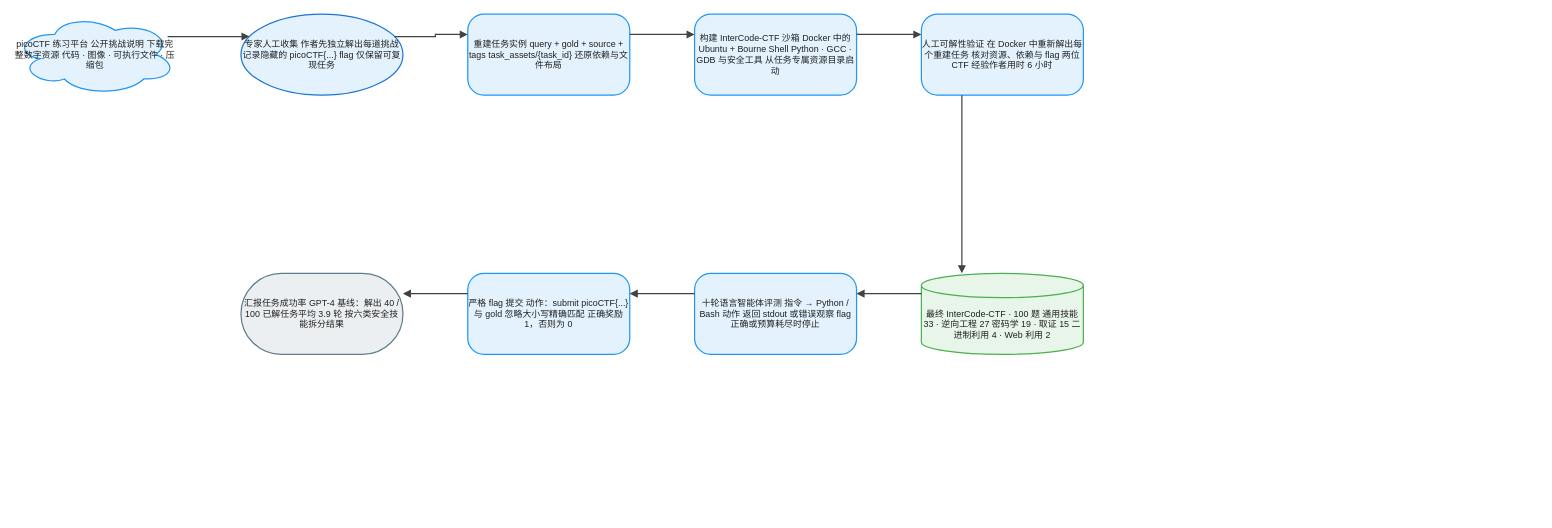
Earlier version of the draw.io diagram client/public/drawio/InterCode-CTF/InterCode-CTF.zh.drawio (joe1chief/benchmark-hub). Source tidied: cells renumbered, new cells numbered last; positions are measured from the earlier drawing's top-left corner, leaving out a move shared by most shapes. Both pictures are drawn from the tidied source at 81%, with x=0, y=0 at pixel (14, 14).
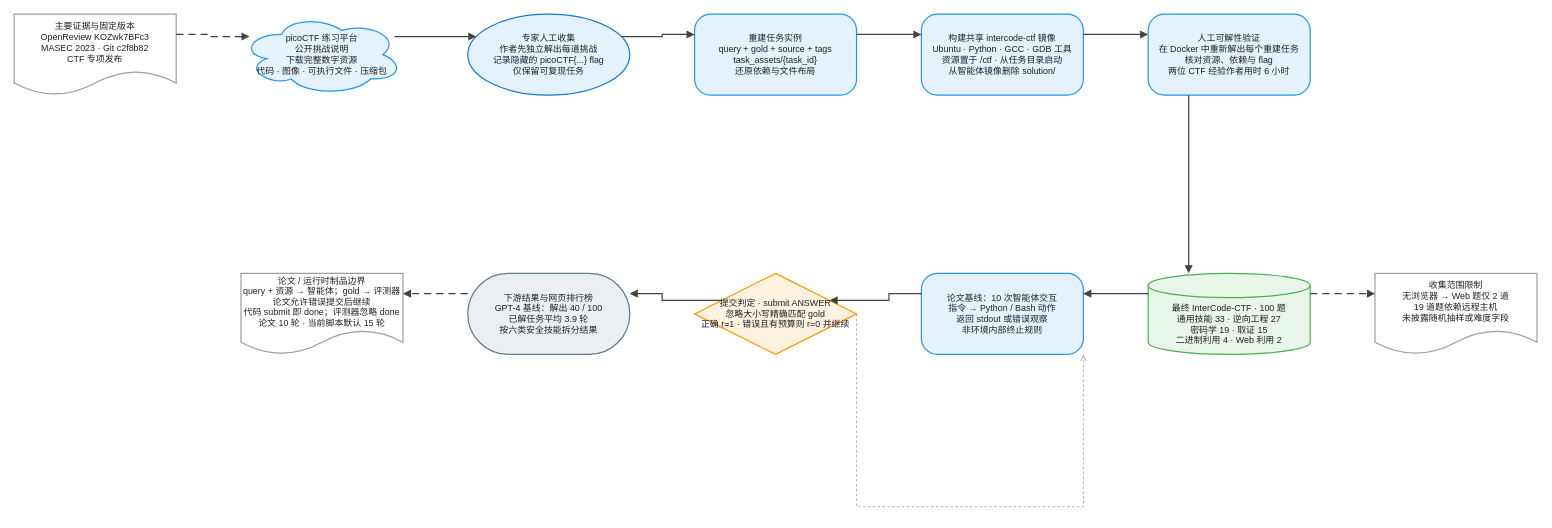
After the change.

Diff of the diagram source:
```diff
@@
-    <mxCell id="2" value="picoCTF 练习平台 公开挑战说明 下载完整数字资源 代码 · 图像 · 可执行文件 · 压缩包" style="ellipse;shape=cloud;html=1;whiteSpace=wrap;fillColor=#E3F2FD;strokeColor=#2196F3;strokeWidth=1.5;fontColor=#212121;fontSize=11;fontFamily=Arial, Helvetica, sans-serif;verticalAlign=middle;align=center;" parent="1" vertex="1">
+    <mxCell id="2" value="主要证据与固定版本&#10;OpenReview KOZwk7BFc3&#10;MASEC 2023 · Git c2f8b82&#10;CTF 专项发布" style="shape=document;boundedLbl=1;html=0;convertToSvg=1;whiteSpace=wrap;fillColor=#FFFFFF;strokeColor=#9E9E9E;strokeWidth=1.5;fontColor=#212121;fontSize=11;fontFamily=Arial, Helvetica, sans-serif;verticalAlign=middle;align=center;" parent="1" vertex="1">
       <mxGeometry width="200" height="100" as="geometry" />
     </mxCell>
-    <mxCell id="3" value="专家人工收集 作者先独立解出每道挑战 记录隐藏的 picoCTF{...} flag 仅保留可复现任务" style="ellipse;html=1;whiteSpace=wrap;fillColor=#E3F2FD;strokeColor=#1976D2;strokeWidth=1.5;fontColor=#212121;fontSize=11;fontFamily=Arial, Helvetica, sans-serif;verticalAlign=middle;align=center;" parent="1" vertex="1">
+    <mxCell id="3" value="picoCTF 练习平台&#10;公开挑战说明&#10;下载完整数字资源&#10;代码 · 图像 · 可执行文件 · 压缩包" style="ellipse;shape=cloud;html=0;convertToSvg=1;whiteSpace=wrap;fillColor=#E3F2FD;strokeColor=#2196F3;strokeWidth=1.5;fontColor=#212121;fontSize=11;fontFamily=Arial, Helvetica, sans-serif;verticalAlign=middle;align=center;" parent="1" vertex="1">
       <mxGeometry x="280" width="200" height="100" as="geometry" />
     </mxCell>
-    <mxCell id="4" value="重建任务实例 query + gold + source + tags task_assets/{task_id} 还原依赖与文件布局" style="rounded=1;arcSize=20;html=1;whiteSpace=wrap;fillColor=#E3F2FD;strokeColor=#2196F3;strokeWidth=1.5;fontColor=#212121;fontSize=11;fontFamily=Arial, Helvetica, sans-serif;verticalAlign=middle;align=center;" parent="1" vertex="1">
+    <mxCell id="4" value="专家人工收集&#10;作者先独立解出每道挑战&#10;记录隐藏的 picoCTF{...} flag&#10;仅保留可复现任务" style="ellipse;html=0;convertToSvg=1;whiteSpace=wrap;fillColor=#E3F2FD;strokeColor=#1976D2;strokeWidth=1.5;fontColor=#212121;fontSize=11;fontFamily=Arial, Helvetica, sans-serif;verticalAlign=middle;align=center;" parent="1" vertex="1">
       <mxGeometry x="560" width="200" height="100" as="geometry" />
     </mxCell>
-    <mxCell id="5" value="构建 InterCode-CTF 沙箱 Docker 中的 Ubuntu + Bourne Shell Python · GCC · GDB 与安全工具 从任务专属资源目录启动" style="rounded=1;arcSize=20;html=1;whiteSpace=wrap;fillColor=#E3F2FD;strokeColor=#2196F3;strokeWidth=1.5;fontColor=#212121;fontSize=11;fontFamily=Arial, Helvetica, sans-serif;verticalAlign=middle;align=center;" parent="1" vertex="1">
+    <mxCell id="5" value="重建任务实例&#10;query + gold + source + tags&#10;task_assets/{task_id}&#10;还原依赖与文件布局" style="rounded=1;arcSize=20;html=0;convertToSvg=1;whiteSpace=wrap;fillColor=#E3F2FD;strokeColor=#2196F3;strokeWidth=1.5;fontColor=#212121;fontSize=11;fontFamily=Arial, Helvetica, sans-serif;verticalAlign=middle;align=center;" parent="1" vertex="1">
       <mxGeometry x="840" width="200" height="100" as="geometry" />
     </mxCell>
-    <mxCell id="6" value="人工可解性验证 在 Docker 中重新解出每个重建任务 核对资源、依赖与 flag 两位 CTF 经验作者用时 6 小时" style="rounded=1;arcSize=20;html=1;whiteSpace=wrap;fillColor=#E3F2FD;strokeColor=#2196F3;strokeWidth=1.5;fontColor=#212121;fontSize=11;fontFamily=Arial, Helvetica, sans-serif;verticalAlign=middle;align=center;" parent="1" vertex="1">
+    <mxCell id="6" value="构建共享 intercode-ctf 镜像&#10;Ubuntu · Python · GCC · GDB 工具&#10;资源置于 /ctf · 从任务目录启动&#10;从智能体镜像删除 solution/" style="rounded=1;arcSize=20;html=0;convertToSvg=1;whiteSpace=wrap;fillColor=#E3F2FD;strokeColor=#2196F3;strokeWidth=1.5;fontColor=#212121;fontSize=11;fontFamily=Arial, Helvetica, sans-serif;verticalAlign=middle;align=center;" parent="1" vertex="1">
       <mxGeometry x="1120" width="200" height="100" as="geometry" />
     </mxCell>
-    <mxCell id="7" value="最终 InterCode-CTF · 100 题 通用技能 33 · 逆向工程 27 密码学 19 · 取证 15 二进制利用 4 · Web 利用 2" style="shape=cylinder3;boundedLbl=1;backgroundOutline=1;size=15;html=1;whiteSpace=wrap;fillColor=#E8F5E9;strokeColor=#4CAF50;strokeWidth=1.5;fontColor=#212121;fontSize=11;fontFamily=Arial, Helvetica, sans-serif;verticalAlign=middle;align=center;" parent="1" vertex="1">
-      <mxGeometry x="1120" y="320" width="200" height="100" as="geometry" />
+    <mxCell id="7" value="人工可解性验证&#10;在 Docker 中重新解出每个重建任务&#10;核对资源、依赖与 flag&#10;两位 CTF 经验作者用时 6 小时" style="rounded=1;arcSize=20;html=0;convertToSvg=1;whiteSpace=wrap;fillColor=#E3F2FD;strokeColor=#2196F3;strokeWidth=1.5;fontColor=#212121;fontSize=11;fontFamily=Arial, Helvetica, sans-serif;verticalAlign=middle;align=center;" parent="1" vertex="1">
+      <mxGeometry x="1400" width="200" height="100" as="geometry" />
     </mxCell>
-    <mxCell id="8" value="十轮语言智能体评测 指令 → Python / Bash 动作 返回 stdout 或错误观察 flag 正确或预算耗尽时停止" style="rounded=1;arcSize=20;html=1;whiteSpace=wrap;fillColor=#E3F2FD;strokeColor=#2196F3;strokeWidth=1.5;fontColor=#212121;fontSize=11;fontFamily=Arial, Helvetica, sans-serif;verticalAlign=middle;align=center;" parent="1" vertex="1">
-      <mxGeometry x="840" y="320" width="200" height="100" as="geometry" />
+    <mxCell id="8" value="最终 InterCode-CTF · 100 题&#10;通用技能 33 · 逆向工程 27&#10;密码学 19 · 取证 15&#10;二进制利用 4 · Web 利用 2" style="shape=cylinder3;boundedLbl=1;backgroundOutline=1;size=15;html=0;convertToSvg=1;whiteSpace=wrap;fillColor=#E8F5E9;strokeColor=#4CAF50;strokeWidth=1.5;fontColor=#212121;fontSize=11;fontFamily=Arial, Helvetica, sans-serif;verticalAlign=middle;align=center;" parent="1" vertex="1">
+      <mxGeometry x="1400" y="320" width="200" height="100" as="geometry" />
     </mxCell>
-    <mxCell id="9" value="严格 flag 提交 动作：submit picoCTF{...} 与 gold 忽略大小写精确匹配 正确奖励 1，否则为 0" style="rounded=1;arcSize=20;html=1;whiteSpace=wrap;fillColor=#E3F2FD;strokeColor=#2196F3;strokeWidth=1.5;fontColor=#212121;fontSize=11;fontFamily=Arial, Helvetica, sans-serif;verticalAlign=middle;align=center;" parent="1" vertex="1">
-      <mxGeometry x="560" y="320" width="200" height="100" as="geometry" />
+    <mxCell id="9" value="论文基线：10 次智能体交互&#10;指令 → Python / Bash 动作&#10;返回 stdout 或错误观察&#10;非环境内部终止规则" style="rounded=1;arcSize=20;html=0;convertToSvg=1;whiteSpace=wrap;fillColor=#E3F2FD;strokeColor=#2196F3;strokeWidth=1.5;fontColor=#212121;fontSize=11;fontFamily=Arial, Helvetica, sans-serif;verticalAlign=middle;align=center;" parent="1" vertex="1">
+      <mxGeometry x="1120" y="320" width="200" height="100" as="geometry" />
     </mxCell>
-    <mxCell id="10" value="汇报任务成功率 GPT-4 基线：解出 40 / 100 已解任务平均 3.9 轮 按六类安全技能拆分结果" style="rounded=1;arcSize=50;html=1;whiteSpace=wrap;fillColor=#ECEFF1;strokeColor=#607D8B;strokeWidth=1.5;fontColor=#212121;fontSize=11;fontFamily=Arial, Helvetica, sans-serif;verticalAlign=middle;align=center;" parent="1" vertex="1">
-      <mxGeometry x="280" y="320" width="200" height="100" as="geometry" />
+    <mxCell id="10" value="提交判定 · submit ANSWER&#10;忽略大小写精确匹配 gold&#10;正确 r=1 · 错误且有预算则 r=0 并继续" style="rhombus;html=0;convertToSvg=1;whiteSpace=wrap;fillColor=#FFF3E0;strokeColor=#FF9800;strokeWidth=1.5;fontColor=#212121;fontSize=11;fontFamily=Arial, Helvetica, sans-serif;verticalAlign=middle;align=center;" parent="1" vertex="1">
+      <mxGeometry x="840" y="320" width="200" height="100" as="geometry" />
     </mxCell>
-    <mxCell id="11" style="edgeStyle=orthogonalEdgeStyle;rounded=0;jettySize=auto;html=1;strokeColor=#424242;strokeWidth=1.5;endArrow=block;endFill=1;exitX=1;exitY=0.25;exitDx=0;exitDy=0;entryX=0;entryY=0.25;entryDx=0;entryDy=0;jumpStyle=arc;jumpSize=8;" parent="1" edge="1" source="2" target="3">
-      <mxGeometry relative="1" as="geometry" />
+    <mxCell id="11" value="下游结果与网页排行榜&#10;GPT-4 基线：解出 40 / 100&#10;已解任务平均 3.9 轮&#10;按六类安全技能拆分结果" style="rounded=1;arcSize=50;html=0;convertToSvg=1;whiteSpace=wrap;fillColor=#ECEFF1;strokeColor=#607D8B;strokeWidth=1.5;fontColor=#212121;fontSize=11;fontFamily=Arial, Helvetica, sans-serif;verticalAlign=middle;align=center;" parent="1" vertex="1">
+      <mxGeometry x="560" y="320" width="200" height="100" as="geometry" />
     </mxCell>
-    <mxCell id="12" style="edgeStyle=orthogonalEdgeStyle;rounded=0;jettySize=auto;html=1;strokeColor=#424242;strokeWidth=1.5;endArrow=block;endFill=1;exitX=1;exitY=0.25;exitDx=0;exitDy=0;entryX=0;entryY=0.25;entryDx=0;entryDy=0;jumpStyle=arc;jumpSize=8;" parent="1" edge="1" source="3" target="4">
-      <mxGeometry relative="1" as="geometry" />
+    <mxCell id="12" value="论文 / 运行时制品边界&#10;query + 资源 → 智能体；gold → 评测器&#10;论文允许错误提交后继续&#10;代码 submit 即 done；评测器忽略 done&#10;论文 10 轮 · 当前脚本默认 15 轮" style="shape=document;boundedLbl=1;html=0;convertToSvg=1;whiteSpace=wrap;fillColor=#FFFFFF;strokeColor=#9E9E9E;strokeWidth=1.5;fontColor=#212121;fontSize=11;fontFamily=Arial, Helvetica, sans-serif;verticalAlign=middle;align=center;" parent="1" vertex="1">
+      <mxGeometry x="280" y="320" width="200" height="100" as="geometry" />
     </mxCell>
-    <mxCell id="13" style="edgeStyle=orthogonalEdgeStyle;rounded=0;jettySize=auto;html=1;strokeColor=#424242;strokeWidth=1.5;endArrow=block;endFill=1;exitX=1;exitY=0.25;exitDx=0;exitDy=0;entryX=0;entryY=0.25;entryDx=0;entryDy=0;jumpStyle=arc;jumpSize=8;" parent="1" edge="1" source="4" target="5">
-      <mxGeometry relative="1" as="geometry" />
+    <mxCell id="13" value="收集范围限制&#10;无浏览器 → Web 题仅 2 道&#10;19 道题依赖远程主机&#10;未披露随机抽样或难度字段" style="shape=document;boundedLbl=1;html=0;convertToSvg=1;whiteSpace=wrap;fillColor=#FFFFFF;strokeColor=#9E9E9E;strokeWidth=1.5;fontColor=#212121;fontSize=11;fontFamily=Arial, Helvetica, sans-serif;verticalAlign=middle;align=center;" parent="1" vertex="1">
+      <mxGeometry x="1680" y="320" width="200" height="100" as="geometry" />
     </mxCell>
-    <mxCell id="14" style="edgeStyle=orthogonalEdgeStyle;rounded=0;jettySize=auto;html=1;strokeColor=#424242;strokeWidth=1.5;endArrow=block;endFill=1;exitX=1;exitY=0.25;exitDx=0;exitDy=0;entryX=0;entryY=0.25;entryDx=0;entryDy=0;jumpStyle=arc;jumpSize=8;" parent="1" edge="1" source="5" target="6">
+    <mxCell id="14" style="edgeStyle=orthogonalEdgeStyle;rounded=0;jettySize=auto;html=0;convertToSvg=1;strokeColor=#424242;strokeWidth=1.5;endArrow=block;endFill=1;exitX=1;exitY=0.25;exitDx=0;exitDy=0;entryX=0;entryY=0.25;entryDx=0;entryDy=0;dashed=1;dashPattern=6 4;jumpStyle=arc;jumpSize=8;" parent="1" edge="1" source="2" target="3">
       <mxGeometry relative="1" as="geometry" />
     </mxCell>
-    <mxCell id="15" style="edgeStyle=orthogonalEdgeStyle;rounded=0;jettySize=auto;html=1;strokeColor=#424242;strokeWidth=1.5;endArrow=block;endFill=1;exitX=0.25;exitY=1;exitDx=0;exitDy=0;entryX=0.25;entryY=0;entryDx=0;entryDy=0;jumpStyle=arc;jumpSize=8;" parent="1" edge="1" source="6" target="7">
+    <mxCell id="15" style="edgeStyle=orthogonalEdgeStyle;rounded=0;jettySize=auto;html=0;convertToSvg=1;strokeColor=#424242;strokeWidth=1.5;endArrow=block;endFill=1;exitX=1;exitY=0.25;exitDx=0;exitDy=0;entryX=0;entryY=0.25;entryDx=0;entryDy=0;jumpStyle=arc;jumpSize=8;" parent="1" edge="1" source="3" target="4">
       <mxGeometry relative="1" as="geometry" />
     </mxCell>
-    <mxCell id="16" style="edgeStyle=orthogonalEdgeStyle;rounded=0;jettySize=auto;html=1;strokeColor=#424242;strokeWidth=1.5;endArrow=block;endFill=1;exitX=0;exitY=0.25;exitDx=0;exitDy=0;entryX=1;entryY=0.25;entryDx=0;entryDy=0;jumpStyle=arc;jumpSize=8;" parent="1" edge="1" source="7" target="8">
+    <mxCell id="16" style="edgeStyle=orthogonalEdgeStyle;rounded=0;jettySize=auto;html=0;convertToSvg=1;strokeColor=#424242;strokeWidth=1.5;endArrow=block;endFill=1;exitX=1;exitY=0.25;exitDx=0;exitDy=0;entryX=0;entryY=0.25;entryDx=0;entryDy=0;jumpStyle=arc;jumpSize=8;" parent="1" edge="1" source="4" target="5">
       <mxGeometry relative="1" as="geometry" />
     </mxCell>
-    <mxCell id="17" style="edgeStyle=orthogonalEdgeStyle;rounded=0;jettySize=auto;html=1;strokeColor=#424242;strokeWidth=1.5;endArrow=block;endFill=1;exitX=0;exitY=0.25;exitDx=0;exitDy=0;entryX=1;entryY=0.25;entryDx=0;entryDy=0;jumpStyle=arc;jumpSize=8;" parent="1" edge="1" source="8" target="9">
+    <mxCell id="17" style="edgeStyle=orthogonalEdgeStyle;rounded=0;jettySize=auto;html=0;convertToSvg=1;strokeColor=#424242;strokeWidth=1.5;endArrow=block;endFill=1;exitX=1;exitY=0.25;exitDx=0;exitDy=0;entryX=0;entryY=0.25;entryDx=0;entryDy=0;jumpStyle=arc;jumpSize=8;" parent="1" edge="1" source="5" target="6">
       <mxGeometry relative="1" as="geometry" />
     </mxCell>
-    <mxCell id="18" style="edgeStyle=orthogonalEdgeStyle;rounded=0;jettySize=auto;html=1;strokeColor=#424242;strokeWidth=1.5;endArrow=block;endFill=1;exitX=0;exitY=0.25;exitDx=0;exitDy=0;entryX=1;entryY=0.25;entryDx=0;entryDy=0;jumpStyle=arc;jumpSize=8;" parent="1" edge="1" source="9" target="10">
+    <mxCell id="18" style="edgeStyle=orthogonalEdgeStyle;rounded=0;jettySize=auto;html=0;convertToSvg=1;strokeColor=#424242;strokeWidth=1.5;endArrow=block;endFill=1;exitX=1;exitY=0.25;exitDx=0;exitDy=0;entryX=0;entryY=0.25;entryDx=0;entryDy=0;jumpStyle=arc;jumpSize=8;" parent="1" edge="1" source="6" target="7">
       <mxGeometry relative="1" as="geometry" />
     </mxCell>
+    <mxCell id="19" style="edgeStyle=orthogonalEdgeStyle;rounded=0;jettySize=auto;html=0;convertToSvg=1;strokeColor=#424242;strokeWidth=1.5;endArrow=block;endFill=1;exitX=0.25;exitY=1;exitDx=0;exitDy=0;entryX=0.25;entryY=0;entryDx=0;entryDy=0;jumpStyle=arc;jumpSize=8;" parent="1" edge="1" source="7" target="8">
+      <mxGeometry relative="1" as="geometry" />
+    </mxCell>
+    <mxCell id="20" style="edgeStyle=orthogonalEdgeStyle;rounded=0;jettySize=auto;html=0;convertToSvg=1;strokeColor=#424242;strokeWidth=1.5;endArrow=block;endFill=1;exitX=0;exitY=0.25;exitDx=0;exitDy=0;entryX=1;entryY=0.25;entryDx=0;entryDy=0;jumpStyle=arc;jumpSize=8;" parent="1" edge="1" source="8" target="9">
+      <mxGeometry relative="1" as="geometry" />
+    </mxCell>
+    <mxCell id="21" style="edgeStyle=orthogonalEdgeStyle;rounded=0;jettySize=auto;html=0;convertToSvg=1;strokeColor=#424242;strokeWidth=1.5;endArrow=block;endFill=1;exitX=1;exitY=0.25;exitDx=0;exitDy=0;entryX=0;entryY=0.25;entryDx=0;entryDy=0;dashed=1;dashPattern=6 4;jumpStyle=arc;jumpSize=8;" parent="1" edge="1" source="8" target="13">
+      <mxGeometry relative="1" as="geometry" />
+    </mxCell>
+    <mxCell id="22" style="edgeStyle=orthogonalEdgeStyle;rounded=0;jettySize=auto;html=0;convertToSvg=1;strokeColor=#424242;strokeWidth=1.5;endArrow=block;endFill=1;exitX=0;exitY=0.25;exitDx=0;exitDy=0;entryX=1;entryY=0.25;entryDx=0;entryDy=0;jumpStyle=arc;jumpSize=8;" parent="1" edge="1" source="9" target="10">
+      <mxGeometry relative="1" as="geometry" />
+    </mxCell>
+    <mxCell id="23" style="edgeStyle=orthogonalEdgeStyle;rounded=0;jettySize=auto;html=0;convertToSvg=1;strokeColor=#9E9E9E;strokeWidth=1;endArrow=open;endFill=0;dashed=1;dashPattern=3 3;jumpStyle=arc;jumpSize=8;" parent="1" edge="1" source="10" target="9">
+      <mxGeometry relative="1" as="geometry">
+        <Array as="points">
+          <mxPoint x="1040" y="608" />
+          <mxPoint x="1320" y="608" />
+        </Array>
+      </mxGeometry>
+    </mxCell>
+    <mxCell id="24" style="edgeStyle=orthogonalEdgeStyle;rounded=0;jettySize=auto;html=0;convertToSvg=1;strokeColor=#424242;strokeWidth=1.5;endArrow=block;endFill=1;exitX=0;exitY=0.25;exitDx=0;exitDy=0;entryX=1;entryY=0.25;entryDx=0;entryDy=0;jumpStyle=arc;jumpSize=8;" parent="1" edge="1" source="10" target="11">
+      <mxGeometry relative="1" as="geometry" />
+    </mxCell>
+    <mxCell id="25" style="edgeStyle=orthogonalEdgeStyle;rounded=0;jettySize=auto;html=0;convertToSvg=1;strokeColor=#424242;strokeWidth=1.5;endArrow=block;endFill=1;exitX=0;exitY=0.25;exitDx=0;exitDy=0;entryX=1;entryY=0.25;entryDx=0;entryDy=0;dashed=1;dashPattern=6 4;jumpStyle=arc;jumpSize=8;" parent="1" edge="1" source="11" target="12">
+      <mxGeometry relative="1" as="geometry" />
+    </mxCell>
```
